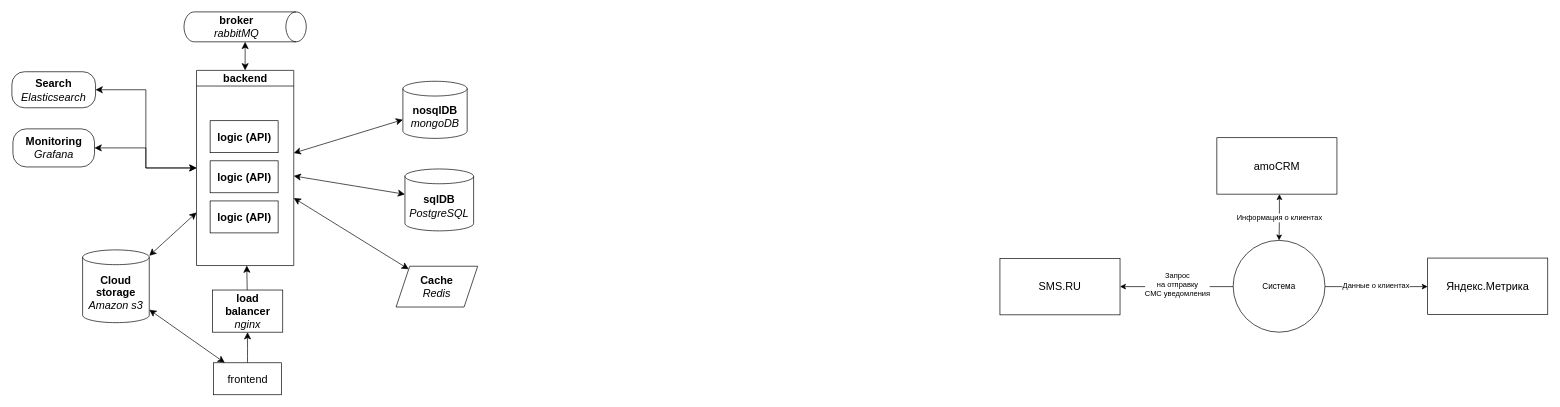
Before: page "з1" (5 of 7) of обучение сейлзов.drawio in careock/diagrams, a draw.io diagram. Source tidied: cells renumbered, new cells numbered last; positions are measured from the earlier drawing's top-left corner, leaving out a move shared by most shapes. Both pictures are drawn from the tidied source at 68%, with x=0, y=0 at pixel (12, 12).
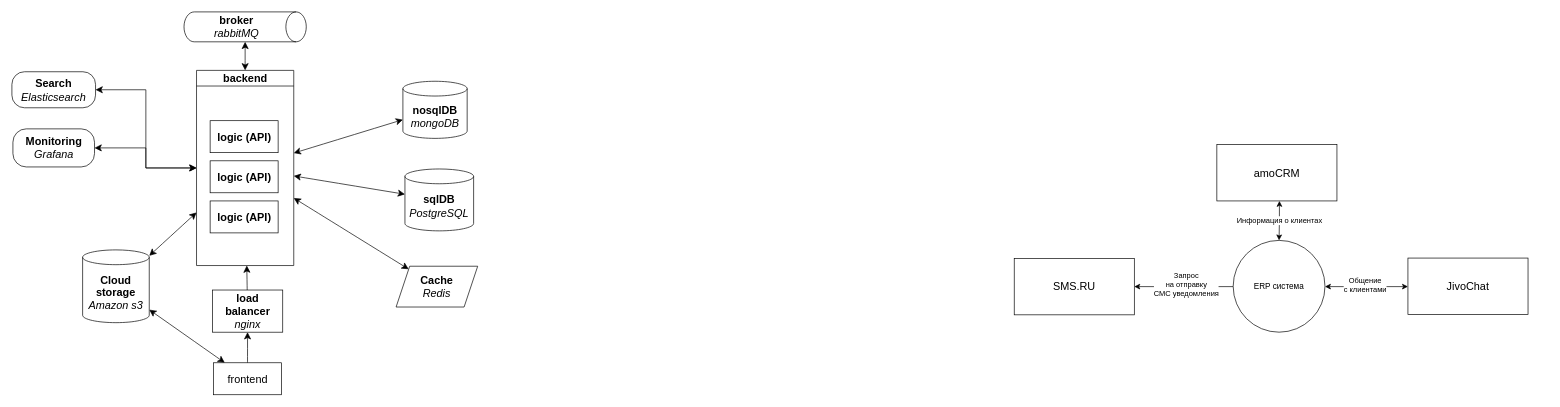
Above is the later version.

What changed in the source:
```diff
@@
     <mxCell id="25" value="amoCRM" style="rounded=0;whiteSpace=wrap;html=1;fontSize=16;" parent="1" vertex="1">
-      <mxGeometry x="1772" y="185" width="176.6" height="83" as="geometry" />
+      <mxGeometry x="1772" y="195" width="176.6" height="83" as="geometry" />
     </mxCell>
@@
-    <mxCell id="28" style="rounded=0;jettySize=auto;html=1;startArrow=none;startFill=0;edgeStyle=elbowEdgeStyle;elbow=vertical;" parent="1" edge="1" source="32" target="33">
+    <mxCell id="28" style="rounded=0;jettySize=auto;html=1;startArrow=classic;startFill=1;edgeStyle=elbowEdgeStyle;elbow=vertical;" parent="1" edge="1" source="32" target="33">
       <mxGeometry relative="1" as="geometry" />
     </mxCell>
-    <mxCell id="29" value="Данные о клиентах" style="edgeLabel;html=1;align=center;verticalAlign=middle;" parent="28" vertex="1">
+    <mxCell id="29" value="Общение&lt;br&gt;с клиентами" style="edgeLabel;html=1;align=center;verticalAlign=middle;" parent="28" vertex="1">
       <mxGeometry x="0.13" y="-1" relative="1" as="geometry">
         <mxPoint x="-10" y="-4" as="offset" />
       </mxGeometry>
     </mxCell>
@@
-    <mxCell id="32" value="Система" style="ellipse;whiteSpace=wrap;html=1;" parent="1" vertex="1">
+    <mxCell id="32" value="ERP cистема" style="ellipse;whiteSpace=wrap;html=1;" parent="1" vertex="1">
       <mxGeometry x="1796" y="336" width="135" height="135" as="geometry" />
     </mxCell>
-    <mxCell id="33" value="Яндекс.Метрика" style="rounded=0;whiteSpace=wrap;html=1;fontSize=16;" parent="1" vertex="1">
-      <mxGeometry x="2082" y="362" width="176.6" height="83" as="geometry" />
+    <mxCell id="33" value="JivoChat" style="rounded=0;whiteSpace=wrap;html=1;fontSize=16;" parent="1" vertex="1">
+      <mxGeometry x="2053" y="362" width="176.6" height="83" as="geometry" />
     </mxCell>
     <mxCell id="34" value="SMS.RU" style="rounded=0;whiteSpace=wrap;html=1;fontSize=16;" parent="1" vertex="1">
-      <mxGeometry x="1453" y="362.5" width="176.6" height="83" as="geometry" />
+      <mxGeometry x="1474" y="362.5" width="176.6" height="83" as="geometry" />
     </mxCell>
```
